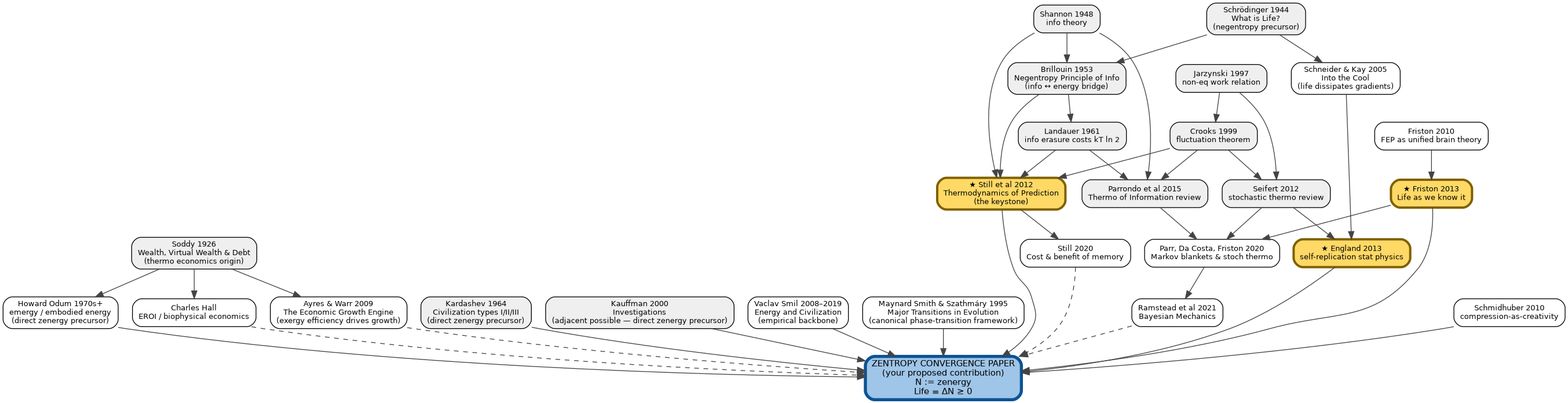
Above: landscape.png in avantgardnerio/zentropy (Graphviz), before the change. Its source is kept beside it as landscape.dot.
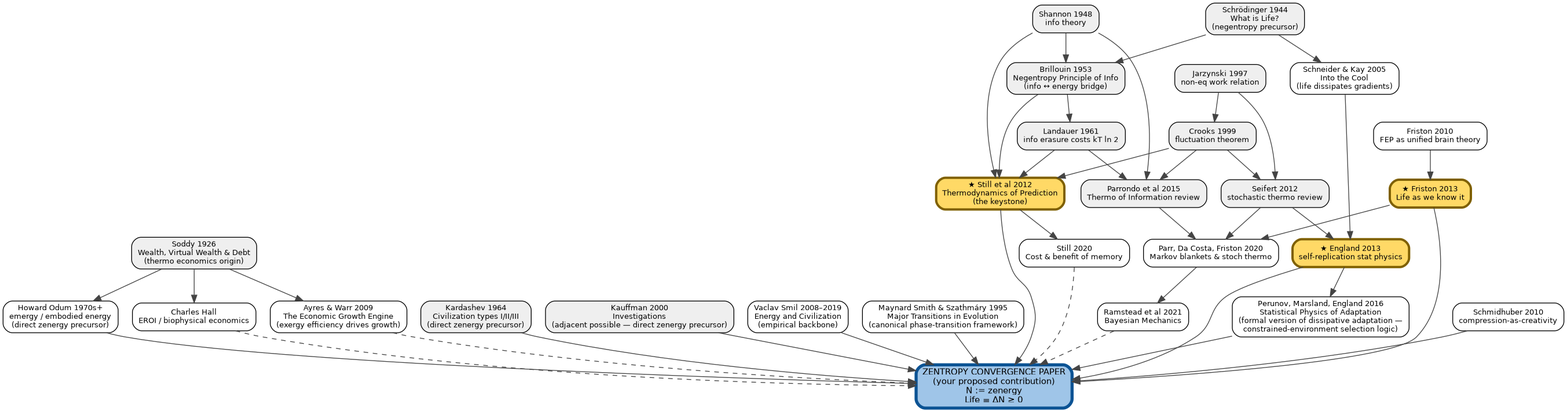
Later version of the same file.

Commit message:
foundation: zenergy defined, convergence proof structured into 3 steps, perunov added

What changed in the source:
```diff
@@ -33,6 +33,7 @@
 
     Friston10  [label="Friston 2010\nFEP as unified brain theory"];
     Schmidhuber [label="Schmidhuber 2010\ncompression-as-creativity"];
+    PerunovEng2016 [label="Perunov, Marsland, England 2016\nStatistical Physics of Adaptation\n(formal version of dissipative adaptation —\nconstrained-environment selection logic)"];
     ParrDaC    [label="Parr, Da Costa, Friston 2020\nMarkov blankets & stoch thermo"];
     Still20    [label="Still 2020\nCost & benefit of memory"];
     Ramstead   [label="Ramstead et al 2021\nBayesian Mechanics"];
@@ -65,7 +66,9 @@
 
     Still12   -> Still20;
     Still12   -> Zentropy;
+    England13 -> PerunovEng2016;
     England13 -> Zentropy;
+    PerunovEng2016 -> Zentropy;
     Friston10 -> Friston13;
     Friston13 -> ParrDaC;
     Friston13 -> Zentropy;
```
